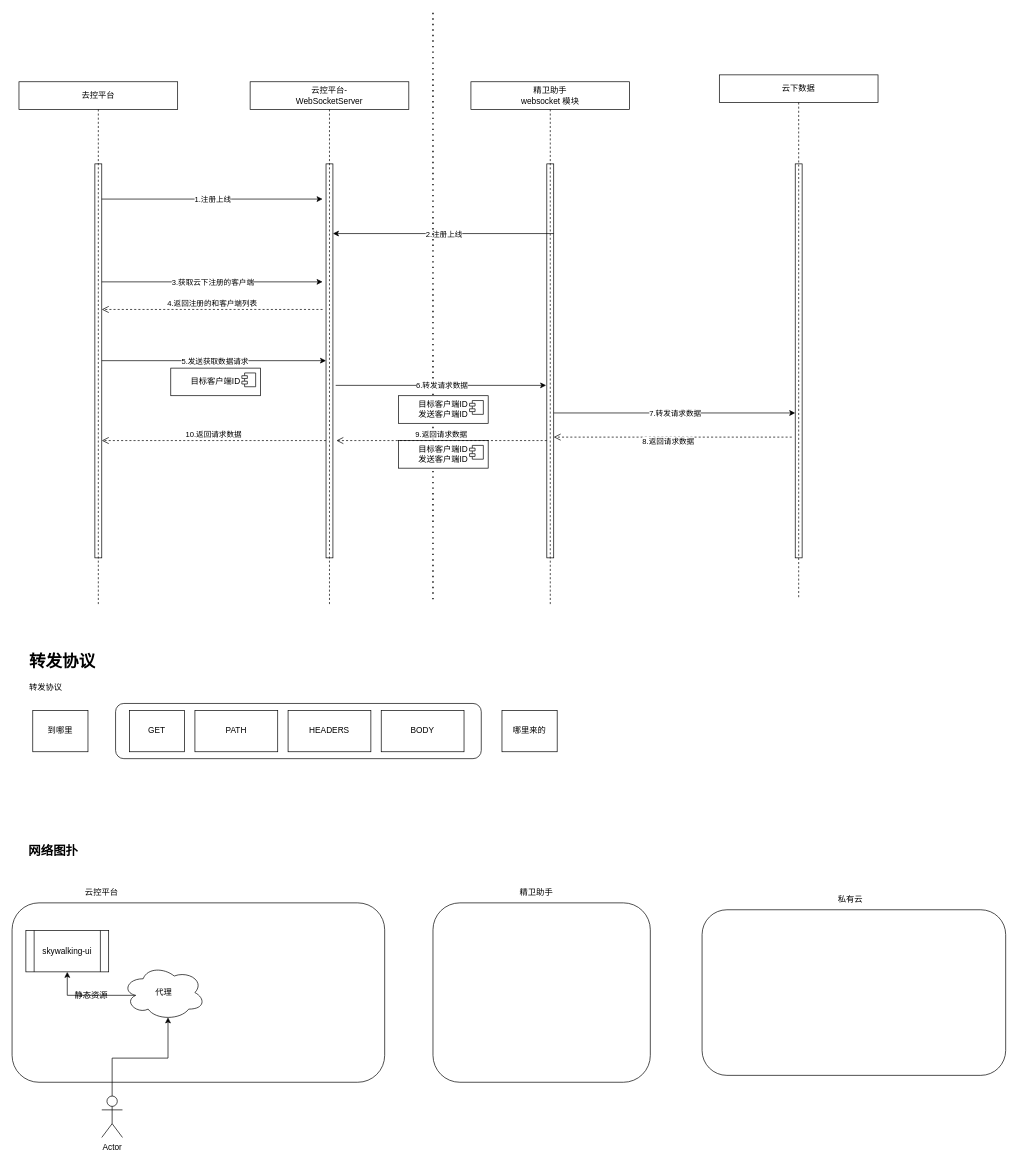
Before: 云控平台.drawio in Snuger/draw, a draw.io diagram. Source tidied: cells renumbered, new cells numbered last; positions are measured from the earlier drawing's top-left corner, leaving out a move shared by most shapes. Both pictures are drawn from the tidied source at 69%, with x=0, y=0 at pixel (12, 12).
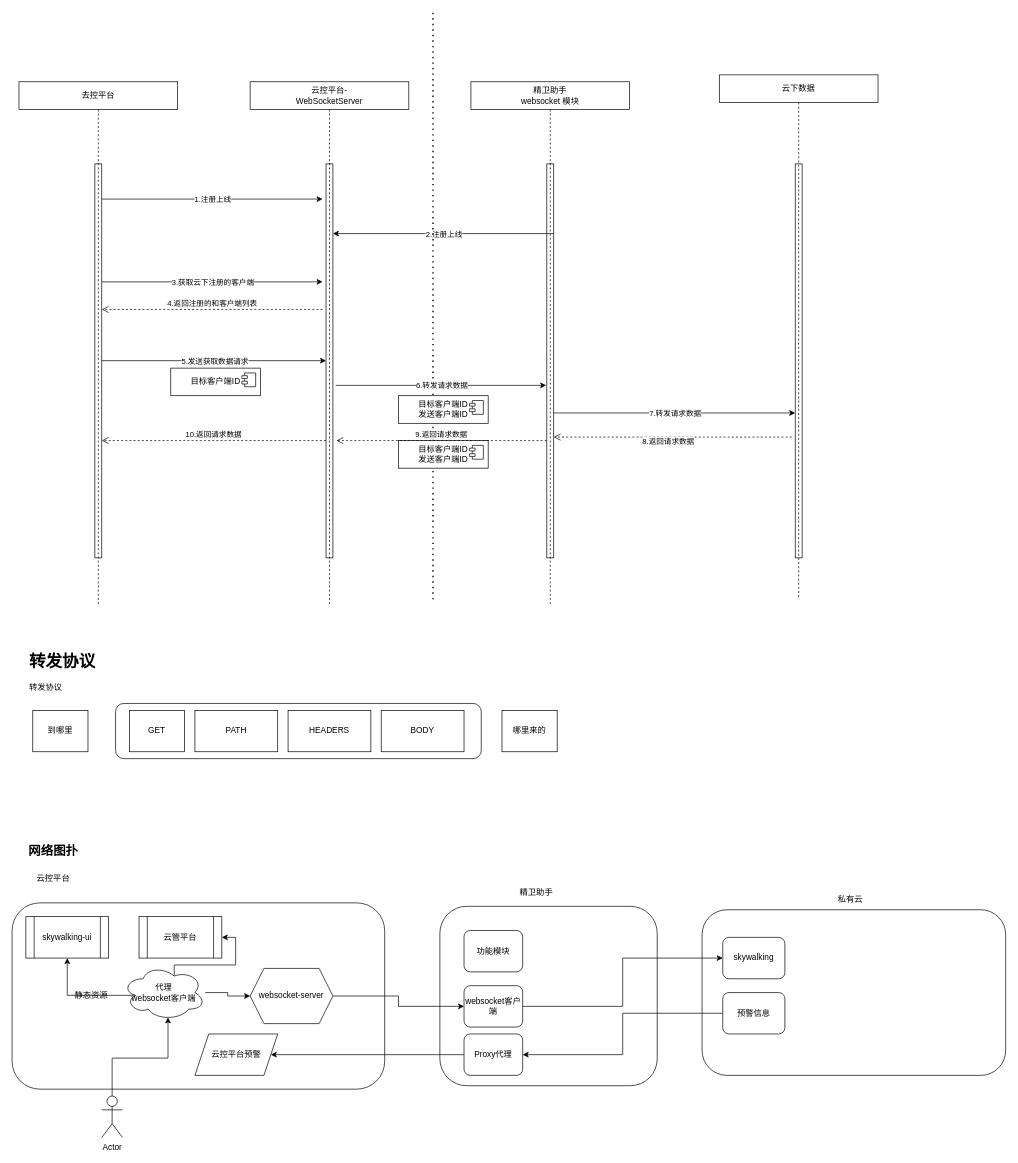
Above is the later version.

Commit message:
更新云控平台.drawio

Diff of the diagram source:
```diff
@@
     <mxCell id="42" style="rounded=1;whiteSpace=wrap;html=1;" parent="1" vertex="1">
-      <mxGeometry y="1290" width="540" height="260" as="geometry" />
+      <mxGeometry y="1290" width="540" height="270" as="geometry" />
     </mxCell>
     <mxCell id="43" value="云控平台" style="text;html=1;strokeColor=none;fillColor=none;align=center;verticalAlign=middle;whiteSpace=wrap;rounded=0;" parent="1" vertex="1">
-      <mxGeometry x="100" y="1260" width="60" height="30" as="geometry" />
+      <mxGeometry x="30" y="1240" width="60" height="30" as="geometry" />
     </mxCell>
     <mxCell id="44" value="skywalking-ui" style="shape=process;whiteSpace=wrap;html=1;backgroundOutline=1;" parent="1" vertex="1">
-      <mxGeometry x="20" y="1330" width="120" height="60" as="geometry" />
+      <mxGeometry x="20" y="1310" width="120" height="60" as="geometry" />
     </mxCell>
@@
+    <mxCell id="54" style="edgeStyle=orthogonalEdgeStyle;rounded=0;jettySize=auto;html=1;" parent="1" edge="1" source="46" target="57">
+      <mxGeometry relative="1" as="geometry" />
+    </mxCell>
+    <mxCell id="55" style="edgeStyle=orthogonalEdgeStyle;rounded=0;jettySize=auto;html=1;exitX=0.625;exitY=0.2;exitDx=0;exitDy=0;exitPerimeter=0;entryX=1;entryY=0.5;entryDx=0;entryDy=0;" parent="1" edge="1" source="46" target="67">
+      <mxGeometry relative="1" as="geometry">
+        <Array as="points">
+          <mxPoint x="235" y="1380" />
+          <mxPoint x="324" y="1380" />
+          <mxPoint x="324" y="1340" />
+        </Array>
+      </mxGeometry>
+    </mxCell>
-    <mxCell id="46" value="代理" style="ellipse;shape=cloud;whiteSpace=wrap;html=1;" parent="1" vertex="1">
+    <mxCell id="46" value="代理&lt;br&gt;websocket客户端" style="ellipse;shape=cloud;whiteSpace=wrap;html=1;" parent="1" vertex="1">
       <mxGeometry x="160" y="1380" width="120" height="80" as="geometry" />
     </mxCell>
@@
     <mxCell id="50" style="rounded=1;whiteSpace=wrap;html=1;" parent="1" vertex="1">
-      <mxGeometry x="610" y="1290" width="315" height="260" as="geometry" />
+      <mxGeometry x="620" y="1295" width="315" height="260" as="geometry" />
     </mxCell>
@@
+    <mxCell id="56" style="edgeStyle=orthogonalEdgeStyle;rounded=0;jettySize=auto;html=1;entryX=0;entryY=0.5;entryDx=0;entryDy=0;" parent="1" edge="1" source="57" target="60">
+      <mxGeometry relative="1" as="geometry" />
+    </mxCell>
+    <mxCell id="57" value="websocket-server" style="shape=hexagon;perimeter=hexagonPerimeter2;whiteSpace=wrap;html=1;fixedSize=1;" parent="1" vertex="1">
+      <mxGeometry x="345" y="1385" width="120" height="80" as="geometry" />
+    </mxCell>
+    <mxCell id="58" value="功能模块" style="rounded=1;whiteSpace=wrap;html=1;" parent="1" vertex="1">
+      <mxGeometry x="655" y="1330" width="85" height="60" as="geometry" />
+    </mxCell>
+    <mxCell id="59" style="edgeStyle=orthogonalEdgeStyle;rounded=0;jettySize=auto;html=1;entryX=0;entryY=0.5;entryDx=0;entryDy=0;" parent="1" edge="1" source="60" target="61">
+      <mxGeometry relative="1" as="geometry" />
+    </mxCell>
+    <mxCell id="60" value="websocket客户端" style="rounded=1;whiteSpace=wrap;html=1;" parent="1" vertex="1">
+      <mxGeometry x="655" y="1410" width="85" height="60" as="geometry" />
+    </mxCell>
+    <mxCell id="61" value="skywalking" style="rounded=1;whiteSpace=wrap;html=1;" parent="1" vertex="1">
+      <mxGeometry x="1030" y="1340" width="90" height="60" as="geometry" />
+    </mxCell>
+    <mxCell id="62" style="edgeStyle=orthogonalEdgeStyle;rounded=0;jettySize=auto;html=1;entryX=1;entryY=0.5;entryDx=0;entryDy=0;" parent="1" edge="1" source="63" target="65">
+      <mxGeometry relative="1" as="geometry" />
+    </mxCell>
+    <mxCell id="63" value="预警信息" style="rounded=1;whiteSpace=wrap;html=1;" parent="1" vertex="1">
+      <mxGeometry x="1030" y="1420" width="90" height="60" as="geometry" />
+    </mxCell>
+    <mxCell id="64" style="edgeStyle=orthogonalEdgeStyle;rounded=0;jettySize=auto;html=1;" parent="1" edge="1" source="65" target="66">
+      <mxGeometry relative="1" as="geometry" />
+    </mxCell>
+    <mxCell id="65" value="Proxy代理" style="rounded=1;whiteSpace=wrap;html=1;" parent="1" vertex="1">
+      <mxGeometry x="655" y="1480" width="85" height="60" as="geometry" />
+    </mxCell>
+    <mxCell id="66" value="云控平台预警" style="shape=parallelogram;perimeter=parallelogramPerimeter;whiteSpace=wrap;html=1;fixedSize=1;" parent="1" vertex="1">
+      <mxGeometry x="265" y="1480" width="120" height="60" as="geometry" />
+    </mxCell>
+    <mxCell id="67" value="云管平台" style="shape=process;whiteSpace=wrap;html=1;backgroundOutline=1;" parent="1" vertex="1">
+      <mxGeometry x="184" y="1310" width="120" height="60" as="geometry" />
+    </mxCell>
```
